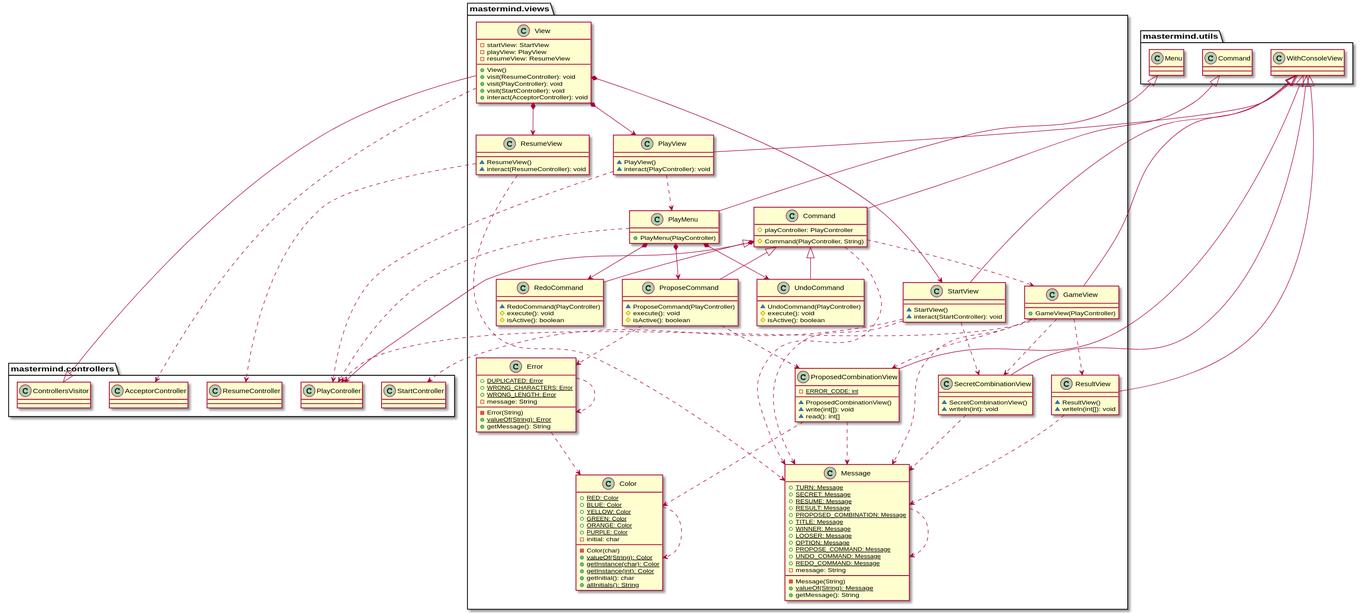
The PlantUML diagram modelViewPresenter/presentationModel/withComposite/docs/diagrams/out/paquetes/usantatecla.mastermind.views.svg in SantaTecla-mastermind/solution.java.swing.socket.sql, before a commit.
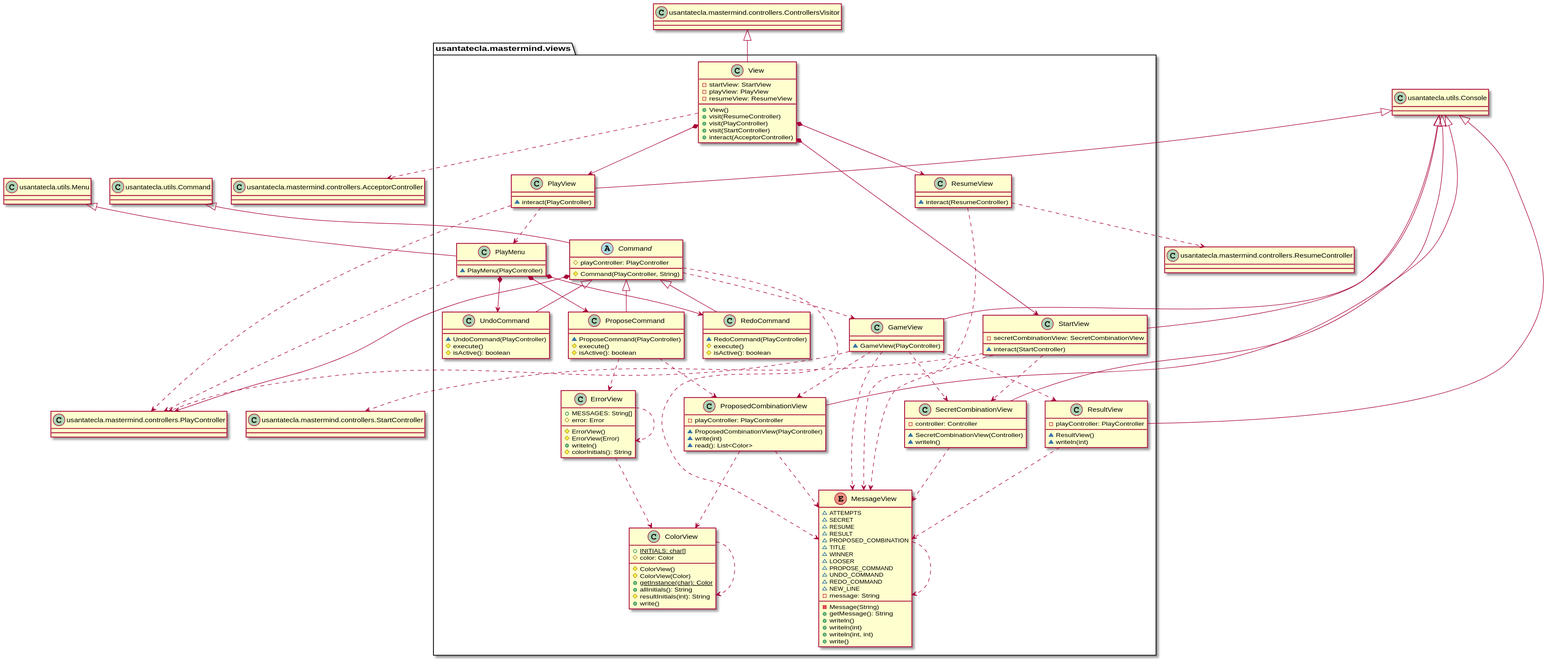
The same diagram one commit later.

What changed in the source:
```diff
@@ -1,165 +1,195 @@
 @startuml
-class  mastermind.views.Color{
-+ {static} RED: Color
-+ {static} BLUE: Color
-+ {static} YELLOW: Color
-+ {static} GREEN: Color
-+ {static} ORANGE: Color
-+ {static} PURPLE: Color
-- initial: char
-- Color(char)
-+ {static} valueOf(String): Color
+class PlayController as "usantatecla.mastermind.controllers.PlayController" {
+
+
+}
+class ResumeController as "usantatecla.mastermind.controllers.ResumeController" {
+
+
+}
+class StartController as "usantatecla.mastermind.controllers.StartController" {
+
+
+}
+class ControllersVisitor as "usantatecla.mastermind.controllers.ControllersVisitor" {
+
+
+}
+class AcceptorController as "usantatecla.mastermind.controllers.AcceptorController" {
+
+
+}
+class Console as "usantatecla.utils.Console" {
+
+
+}
+class Command as "usantatecla.utils.Command" {
+
+
+}
+class Menu as "usantatecla.utils.Menu" {
+
+
+}
+
+class  usantatecla.mastermind.views.ColorView{
++ {static} INITIALS: char[]
+# color: Color
+# ColorView()
+# ColorView(Color)
 + {static} getInstance(char): Color
-+ {static} getInstance(int): Color
-+ getInitial(): char
-+ {static} allInitials(): String
++ allInitials(): String
+# resultInitials(int): String
++ write()
 }
-mastermind.views.Color ..> mastermind.views.Color
+usantatecla.mastermind.views.ColorView ..> usantatecla.mastermind.views.ColorView
 
-class  mastermind.views.Command{
+abstract class  usantatecla.mastermind.views.Command{
 # playController: PlayController
 # Command(PlayController, String)
 }
-mastermind.utils.Command <|-down- mastermind.views.Command
-mastermind.views.Command *-down-> mastermind.controllers.PlayController
-mastermind.views.Command ..> mastermind.views.GameView
-mastermind.views.Command..> mastermind.views.Message
+Command <|-down- usantatecla.mastermind.views.Command
+usantatecla.mastermind.views.Command *-down-> PlayController
+usantatecla.mastermind.views.Command ..> usantatecla.mastermind.views.GameView
+usantatecla.mastermind.views.Command..> usantatecla.mastermind.views.MessageView
 
-class  mastermind.views.Error{
-+ {static} DUPLICATED: Error
-+ {static} WRONG_CHARACTERS: Error
-+ {static} WRONG_LENGTH: Error
-- message: String
-- Error(String)
-+ {static} valueOf(String): Error
-+ getMessage(): String
+class  usantatecla.mastermind.views.ErrorView{
++ MESSAGES: String[]
+# error: Error
+# ErrorView()
+# ErrorView(Error)
++ writeln()
+# colorInitials(): String
 }
-mastermind.views.Error ..> mastermind.views.Error
- mastermind.views.Error ..>  mastermind.views.Color
+usantatecla.mastermind.views.ErrorView ..> usantatecla.mastermind.views.ErrorView
+usantatecla.mastermind.views.ErrorView ..>  usantatecla.mastermind.views.ColorView
 
-class  mastermind.views.GameView{
-+ GameView(PlayController)
+class  usantatecla.mastermind.views.GameView{
+~ GameView(PlayController)
 }
-mastermind.utils.WithConsoleView <|-down- mastermind.views.GameView
-mastermind.views.GameView ..> mastermind.controllers.PlayController
-mastermind.views.GameView..> mastermind.views.SecretCombinationView
-mastermind.views.GameView..>  mastermind.views.ProposedCombinationView
-mastermind.views.GameView..>  mastermind.views.ResultView
-mastermind.views.GameView..> mastermind.views.Message
+Console <|-down- usantatecla.mastermind.views.GameView
+usantatecla.mastermind.views.GameView ..> PlayController
+usantatecla.mastermind.views.GameView..> usantatecla.mastermind.views.SecretCombinationView
+usantatecla.mastermind.views.GameView..>  usantatecla.mastermind.views.ProposedCombinationView
+usantatecla.mastermind.views.GameView..>  usantatecla.mastermind.views.ResultView
+usantatecla.mastermind.views.GameView..> usantatecla.mastermind.views.MessageView
 
-class  mastermind.views.Message{
-+ {static} TURN: Message
-+ {static} SECRET: Message
-+ {static} RESUME: Message
-+ {static} RESULT: Message
-+ {static} PROPOSED_COMBINATION: Message
-+ {static} TITLE: Message
-+ {static} WINNER: Message
-+ {static} LOOSER: Message
-+ {static} OPTION: Message
-+ {static} PROPOSE_COMMAND: Message
-+ {static} UNDO_COMMAND: Message
-+ {static} REDO_COMMAND: Message
+enum  usantatecla.mastermind.views.MessageView{
+~ ATTEMPTS
+~ SECRET
+~ RESUME
+~ RESULT
+~ PROPOSED_COMBINATION
+~ TITLE
+~ WINNER
+~ LOOSER
+~ PROPOSE_COMMAND
+~ UNDO_COMMAND
+~ REDO_COMMAND
+~ NEW_LINE
 - message: String
 - Message(String)
-+ {static} valueOf(String): Message
 + getMessage(): String
++ writeln()
++ writeln(int)
++ writeln(int, int)
++ write()
 }
-mastermind.views.Message ..> mastermind.views.Message
+usantatecla.mastermind.views.MessageView ..> usantatecla.mastermind.views.MessageView
 
-class  mastermind.views.PlayMenu{
-+ PlayMenu(PlayController)
+class  usantatecla.mastermind.views.PlayMenu{
+~ PlayMenu(PlayController)
 }
-mastermind.utils.Menu <|-down- mastermind.views.PlayMenu
-mastermind.views.PlayMenu ..> mastermind.controllers.PlayController
-mastermind.views.PlayMenu *-down-> mastermind.views.ProposeCommand
-mastermind.views.PlayMenu *-down-> mastermind.views.UndoCommand
-mastermind.views.PlayMenu *-down-> mastermind.views.RedoCommand
+Menu <|-down- usantatecla.mastermind.views.PlayMenu
+usantatecla.mastermind.views.PlayMenu ..> PlayController
+usantatecla.mastermind.views.PlayMenu *-down-> usantatecla.mastermind.views.ProposeCommand
+usantatecla.mastermind.views.PlayMenu *-down-> usantatecla.mastermind.views.UndoCommand
+usantatecla.mastermind.views.PlayMenu *-down-> usantatecla.mastermind.views.RedoCommand
 
-class  mastermind.views.PlayView{
-~ PlayView()
-~ interact(PlayController): void
+class  usantatecla.mastermind.views.PlayView{
+~ interact(PlayController)
 }
-mastermind.utils.WithConsoleView <|-down- mastermind.views.PlayView
-mastermind.views.PlayView ..> mastermind.controllers.PlayController
-mastermind.views.PlayView ..> mastermind.views.PlayMenu
+Console <|-down- usantatecla.mastermind.views.PlayView
+usantatecla.mastermind.views.PlayView ..> PlayController
+usantatecla.mastermind.views.PlayView ..> usantatecla.mastermind.views.PlayMenu
 
-class  mastermind.views.ProposeCommand{
+class  usantatecla.mastermind.views.ProposeCommand{
 ~ ProposeCommand(PlayController)
-# execute(): void
+# execute()
 # isActive(): boolean
 }
-mastermind.views.Command <|-down- mastermind.views.ProposeCommand
-mastermind.views.ProposeCommand ..> mastermind.views.ProposedCombinationView
-mastermind.views.ProposeCommand ..> mastermind.views.Error
+usantatecla.mastermind.views.Command <|-down- usantatecla.mastermind.views.ProposeCommand
+usantatecla.mastermind.views.ProposeCommand ..> usantatecla.mastermind.views.ProposedCombinationView
+usantatecla.mastermind.views.ProposeCommand ..> usantatecla.mastermind.views.ErrorView
 
-class  mastermind.views.ProposedCombinationView{
-- {static} ERROR_CODE: int
-~ ProposedCombinationView()
-~ write(int[]): void
-~ read(): int[]
+class  usantatecla.mastermind.views.ProposedCombinationView{
+- playController: PlayController
+~ ProposedCombinationView(PlayController)
+~ write(int)
+~ read(): List<Color>
 }
-mastermind.utils.WithConsoleView <|-down- mastermind.views.ProposedCombinationView
-mastermind.views.ProposedCombinationView..> mastermind.views.Message
- mastermind.views.ProposedCombinationView ..>  mastermind.views.Color
+Console <|-down- usantatecla.mastermind.views.ProposedCombinationView
+usantatecla.mastermind.views.ProposedCombinationView..> usantatecla.mastermind.views.MessageView
+ usantatecla.mastermind.views.ProposedCombinationView ..>  usantatecla.mastermind.views.ColorView
 
-class  mastermind.views.RedoCommand{
+class  usantatecla.mastermind.views.RedoCommand{
 ~ RedoCommand(PlayController)
-# execute(): void
+# execute()
 # isActive(): boolean
 }
-mastermind.views.Command <|-down- mastermind.views.RedoCommand
+usantatecla.mastermind.views.Command <|-down- usantatecla.mastermind.views.RedoCommand
 
-class  mastermind.views.ResultView{
+class  usantatecla.mastermind.views.ResultView{
+- playController: PlayController
 ~ ResultView()
-~ writeln(int[]): void
+~ writeln(int)
 }
-mastermind.utils.WithConsoleView <|-down- mastermind.views.ResultView
-mastermind.views.ResultView..> mastermind.views.Message
+Console <|-down- usantatecla.mastermind.views.ResultView
+usantatecla.mastermind.views.ResultView..> usantatecla.mastermind.views.MessageView
 
-class  mastermind.views.ResumeView{
-~ ResumeView()
-~ interact(ResumeController): void
+class  usantatecla.mastermind.views.ResumeView{
+~ interact(ResumeController)
 }
-mastermind.views.ResumeView ..> mastermind.controllers.ResumeController
-mastermind.views.ResumeView..> mastermind.views.Message
+usantatecla.mastermind.views.ResumeView ..> ResumeController
+usantatecla.mastermind.views.ResumeView..> usantatecla.mastermind.views.MessageView
 
-class  mastermind.views.SecretCombinationView{
-~ SecretCombinationView()
-~ writeln(int): void
+class  usantatecla.mastermind.views.SecretCombinationView{
+- controller: Controller
+~ SecretCombinationView(Controller)
+~ writeln()
 }
-mastermind.utils.WithConsoleView <|-down- mastermind.views.SecretCombinationView
-mastermind.views.SecretCombinationView..> mastermind.views.Message
+Console <|-down- usantatecla.mastermind.views.SecretCombinationView
+usantatecla.mastermind.views.SecretCombinationView..> usantatecla.mastermind.views.MessageView
 
-class  mastermind.views.StartView{
-~ StartView()
-~ interact(StartController): void
+class  usantatecla.mastermind.views.StartView{
+- secretCombinationView: SecretCombinationView
+~ interact(StartController)
 }
-mastermind.utils.WithConsoleView <|-down- mastermind.views.StartView
-mastermind.views.StartView ..> mastermind.controllers.StartController
-mastermind.views.StartView ..> mastermind.views.SecretCombinationView
-mastermind.views.StartView..> mastermind.views.Message
+Console <|-down- usantatecla.mastermind.views.StartView
+usantatecla.mastermind.views.StartView ..> StartController
+usantatecla.mastermind.views.StartView ..> usantatecla.mastermind.views.SecretCombinationView
+usantatecla.mastermind.views.StartView..> usantatecla.mastermind.views.MessageView
 
-class  mastermind.views.UndoCommand{
+class  usantatecla.mastermind.views.UndoCommand{
 ~ UndoCommand(PlayController)
-# execute(): void
+# execute()
 # isActive(): boolean
 }
-mastermind.views.Command <|-down- mastermind.views.UndoCommand
+usantatecla.mastermind.views.Command <|-down- usantatecla.mastermind.views.UndoCommand
 
-class  mastermind.views.View{
+class  usantatecla.mastermind.views.View{
 - startView: StartView
 - playView: PlayView
 - resumeView: ResumeView
 + View()
-+ visit(ResumeController): void
-+ visit(PlayController): void
-+ visit(StartController): void
-+ interact(AcceptorController): void
++ visit(ResumeController)
++ visit(PlayController)
++ visit(StartController)
++ interact(AcceptorController)
 }
-mastermind.controllers.ControllersVisitor <|-down- mastermind.views.View
-mastermind.views.View *-down-> mastermind.views.PlayView
-mastermind.views.View *-down-> mastermind.views.StartView
-mastermind.views.View *-down-> mastermind.views.ResumeView
-mastermind.views.View ..> mastermind.controllers.AcceptorController
+ControllersVisitor <|-down- usantatecla.mastermind.views.View
+usantatecla.mastermind.views.View *-down-> usantatecla.mastermind.views.PlayView
+usantatecla.mastermind.views.View *-down-> usantatecla.mastermind.views.StartView
+usantatecla.mastermind.views.View *-down-> usantatecla.mastermind.views.ResumeView
+usantatecla.mastermind.views.View ..> AcceptorController
 @enduml
```
